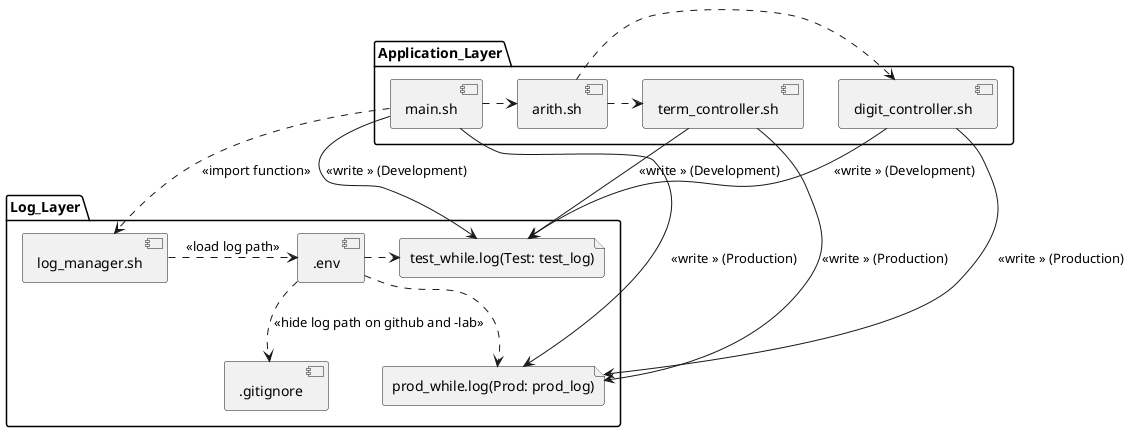
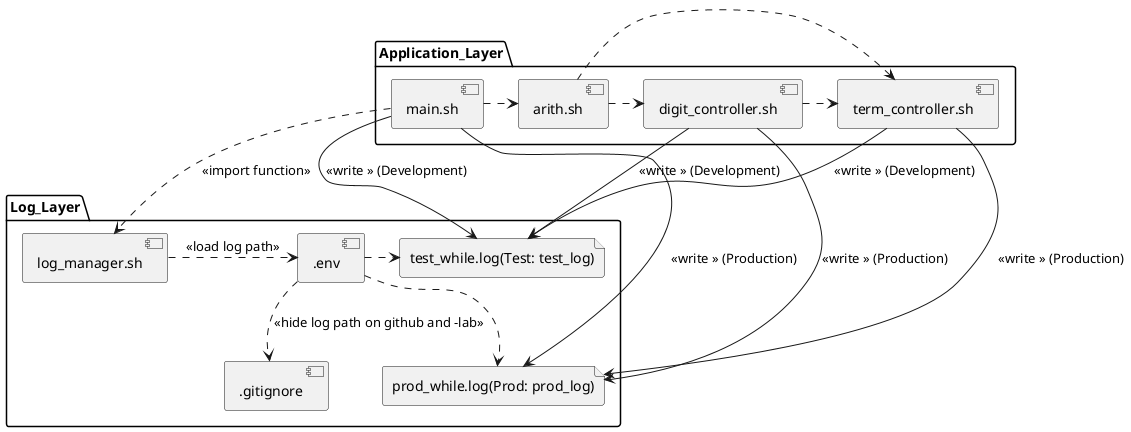
@startuml
package "Application_Layer" {
	component [main.sh] as main
	component [digit_controller.sh] as digit
	component [term_controller.sh] as term
	component [arith.sh] as arith
+ 	digit .> term << get num of term and place digit >>
	arith .> term << get num of term >>
- 	arith .> digit << get digits and place they in each term >>
+ 	arith .> digit << get digits >>
	main .> arith << load function >>
}

package "Log_Layer" {
       	component [.gitignore] as git
        component [.env] as env
	component [log_manager.sh] as log

	file "test_while.log(Test: test_log)" as testlog
	file "prod_while.log(Prod: prod_log)" as prodlog

	main .> log: << import function >>
        log .> env: << load log path>>
	env .> testlog << include >>
	env -down.> prodlog << include >>
        env -down.> git: << hide log path on github and -lab >>
}

main -down-> testlog: << write  >> (Development)
main -down-> prodlog: << write  >> (Production)
term -down-> testlog: << write  >> (Development)
term -down-> prodlog: << write  >> (Production)
digit -down-> testlog: << write  >> (Development)
digit -down-> prodlog: << write  >> (Production)

@enduml
